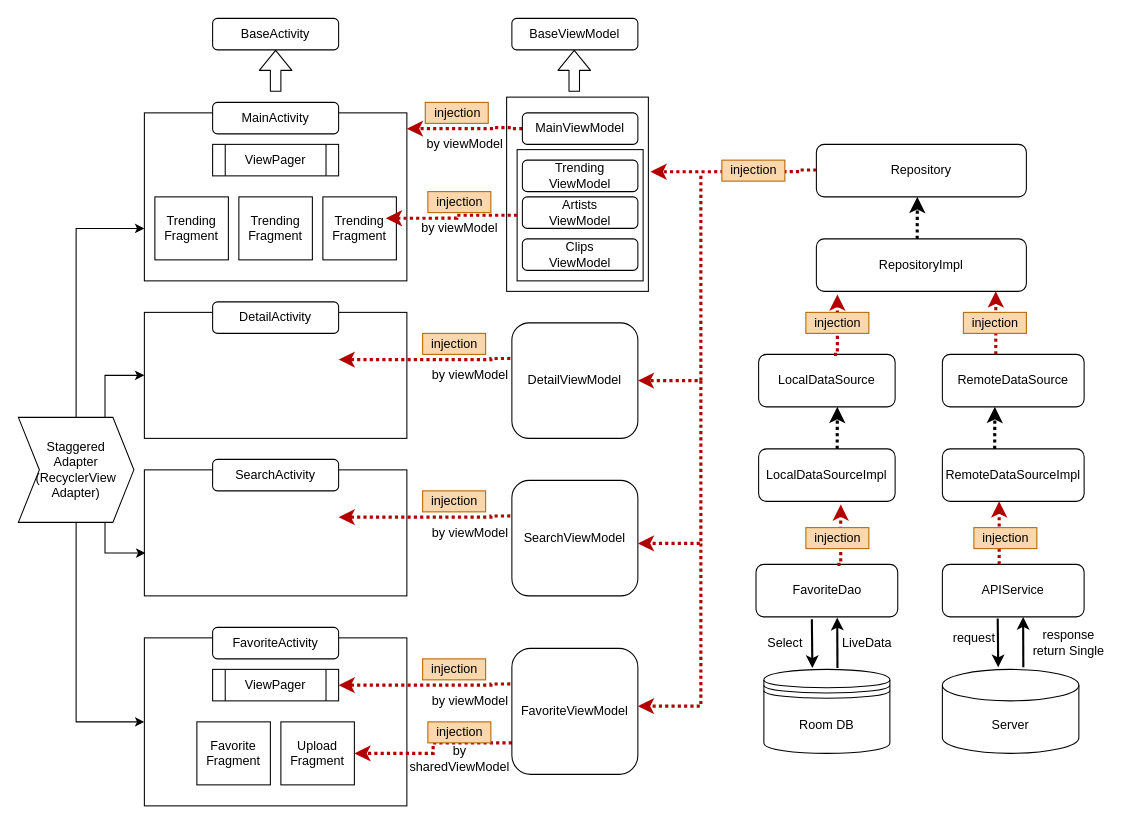
The draw.io diagram GiphyTestApp.drawio in CodingBot000/Staggered_ViewPager_Tab, before the edit. Source tidied: cells renumbered, new cells numbered last; positions are measured from the earlier drawing's top-left corner, leaving out a move shared by most shapes. Both pictures are drawn from the tidied source at 105%, with x=0, y=0 at pixel (18, 18).
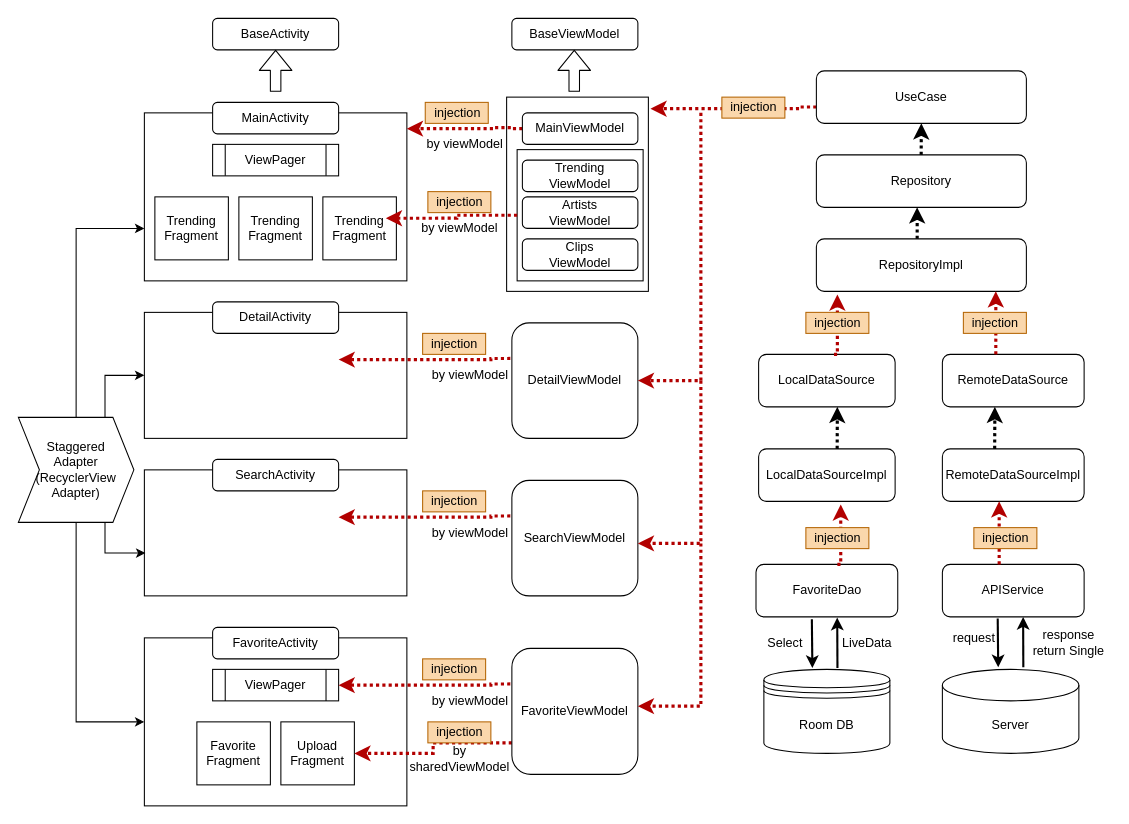
The same page after the edit.

The change refers to these unchanged cells:
```xml
<mxCell id="2" style="whiteSpace=wrap;html=1;" parent="1" vertex="1">
  <mxGeometry x="465" y="75" width="135" height="185" as="geometry" />
</mxCell>
<mxCell id="21" value="DetailViewModel" style="rounded=1;whiteSpace=wrap;html=1;" parent="1" vertex="1">
  <mxGeometry x="470" y="290" width="120" height="110" as="geometry" />
</mxCell>
```

Diff of the diagram source:
```diff
@@
     <mxCell id="54" value="Repository" style="rounded=1;whiteSpace=wrap;html=1;" parent="1" vertex="1">
-      <mxGeometry x="760" y="120" width="200" height="50" as="geometry" />
+      <mxGeometry x="760" y="130" width="200" height="50" as="geometry" />
     </mxCell>
@@
-    <mxCell id="72" style="endArrow=classic;html=1;dashed=1;dashPattern=1 1;strokeWidth=3;entryX=0.481;entryY=1;entryDx=0;entryDy=0;entryPerimeter=0;" parent="1" edge="1" target="54">
+    <mxCell id="72" style="endArrow=classic;html=1;dashed=1;dashPattern=1 1;strokeWidth=3;" parent="1" edge="1">
       <mxGeometry relative="1" as="geometry">
         <mxPoint x="856" y="210" as="sourcePoint" />
+        <mxPoint x="856" y="180" as="targetPoint" />
       </mxGeometry>
     </mxCell>
@@
-    <mxCell id="83" style="edgeStyle=orthogonalEdgeStyle;rounded=0;jettySize=auto;html=1;exitX=0.928;exitY=-0.306;exitDx=0;exitDy=0;exitPerimeter=0;dashed=1;dashPattern=1 1;strokeWidth=3;fillColor=#e51400;strokeColor=#B20000;entryX=1.015;entryY=0.384;entryDx=0;entryDy=0;entryPerimeter=0;" parent="1" edge="1" target="2">
+    <mxCell id="83" style="edgeStyle=orthogonalEdgeStyle;rounded=0;orthogonalLoop=1;jettySize=auto;html=1;exitX=0.928;exitY=-0.306;exitDx=0;exitDy=0;exitPerimeter=0;dashed=1;dashPattern=1 1;strokeWidth=3;fillColor=#e51400;strokeColor=#B20000;entryX=1.015;entryY=0.384;entryDx=0;entryDy=0;entryPerimeter=0;" parent="1" edge="1">
       <mxGeometry relative="1" as="geometry">
-        <mxPoint x="760" y="144.4" as="sourcePoint" />
+        <mxPoint x="760" y="84.4" as="sourcePoint" />
+        <mxPoint x="602" y="86" as="targetPoint" />
         <Array as="points">
-          <mxPoint x="742" y="144" />
-          <mxPoint x="742" y="146" />
+          <mxPoint x="742" y="84" />
+          <mxPoint x="742" y="86" />
         </Array>
       </mxGeometry>
     </mxCell>
     <mxCell id="84" style="edgeStyle=orthogonalEdgeStyle;rounded=0;jettySize=auto;html=1;dashed=1;dashPattern=1 1;strokeWidth=3;fillColor=#e51400;strokeColor=#B20000;entryX=1;entryY=0.5;entryDx=0;entryDy=0;" parent="1" edge="1" target="21">
       <mxGeometry relative="1" as="geometry">
-        <mxPoint x="650" y="150" as="sourcePoint" />
+        <mxPoint x="650" y="90" as="sourcePoint" />
         <Array as="points">
           <mxPoint x="650" y="345" />
         </Array>
       </mxGeometry>
     </mxCell>
@@
     <mxCell id="87" value="injection" style="text;html=1;align=center;verticalAlign=middle;fillColor=#fad7ac;strokeColor=#b46504;" parent="1" vertex="1">
-      <mxGeometry x="670" y="135" width="60" height="20" as="geometry" />
+      <mxGeometry x="670" y="75" width="60" height="20" as="geometry" />
     </mxCell>
@@
+    <mxCell id="91" value="UseCase" style="rounded=1;whiteSpace=wrap;html=1;" parent="1" vertex="1">
+      <mxGeometry x="760" y="50" width="200" height="50" as="geometry" />
+    </mxCell>
+    <mxCell id="92" style="endArrow=classic;html=1;dashed=1;dashPattern=1 1;strokeWidth=3;entryX=0.481;entryY=1;entryDx=0;entryDy=0;entryPerimeter=0;" parent="1" edge="1">
+      <mxGeometry relative="1" as="geometry">
+        <mxPoint x="859.8" y="130" as="sourcePoint" />
+        <mxPoint x="860" y="100" as="targetPoint" />
+        <Array as="points">
+          <mxPoint x="859.8" y="130" />
+        </Array>
+      </mxGeometry>
+    </mxCell>
```
